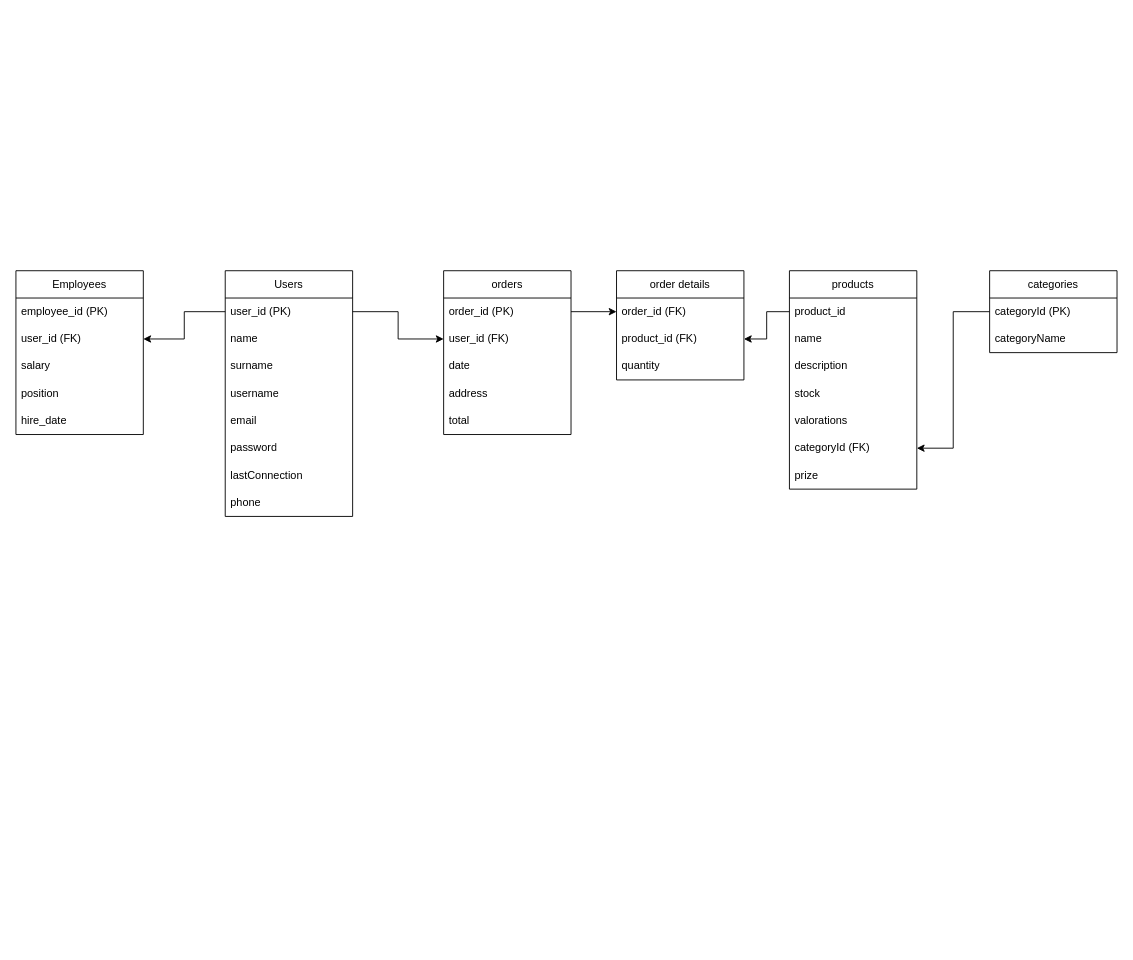
The draw.io diagram page "Página-2" (1 of 2) of modelo_DDBB.drawio in Rakions/proyecto-final, before the edit. Source tidied: cells renumbered, new cells numbered last; positions are measured from the earlier drawing's top-left corner, leaving out a move shared by most shapes. Both pictures are drawn from the tidied source at 91%, with x=0, y=0 at pixel (15, 270).
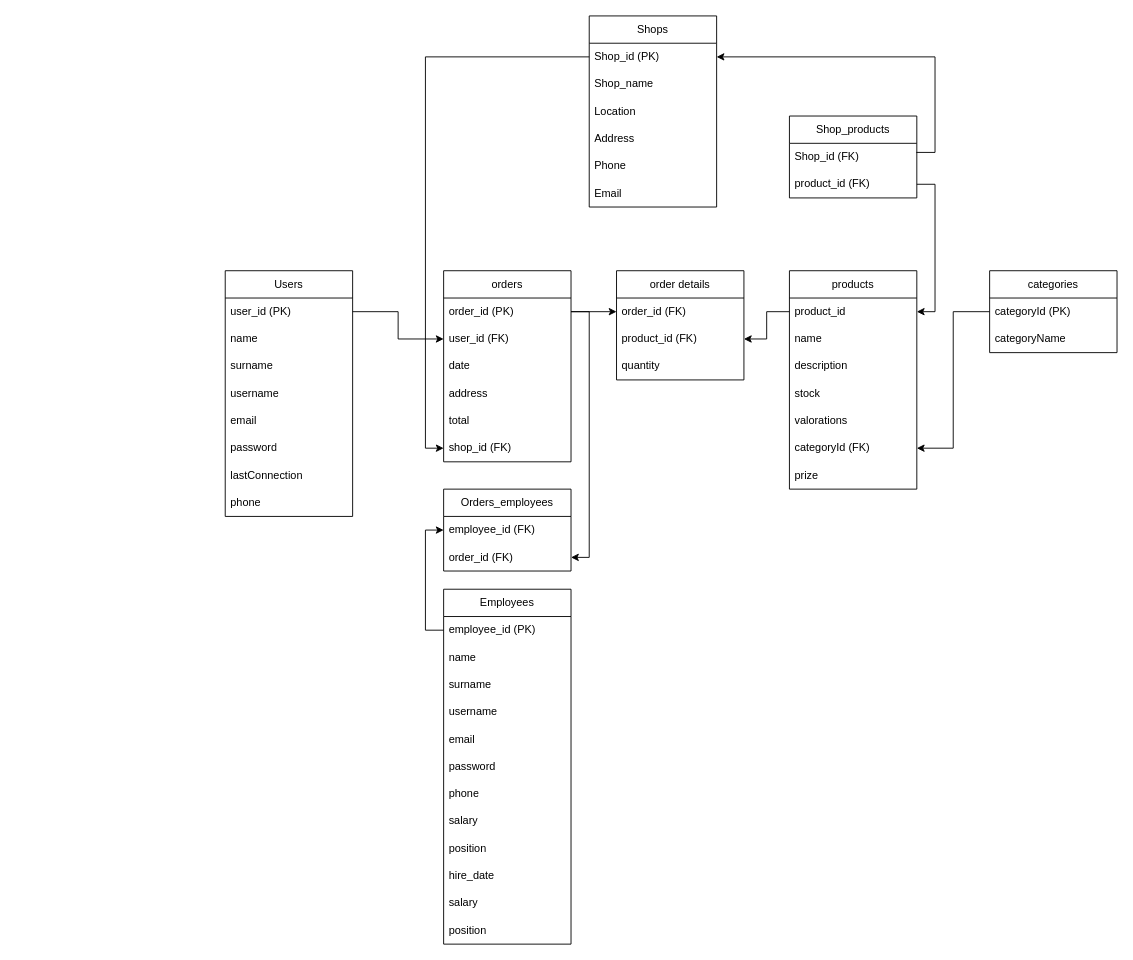
After the change.

Unchanged cells that the change refers to:
```xml
<mxCell id="3" value="user_id (PK)" style="text;strokeColor=none;fillColor=none;align=left;verticalAlign=middle;spacingLeft=4;spacingRight=4;overflow=hidden;points=[[0,0.5],[1,0.5]];portConstraint=eastwest;whiteSpace=wrap;html=1;" parent="2" vertex="1">
  <mxGeometry y="30" width="140" height="30" as="geometry" />
</mxCell>
<mxCell id="12" value="product_id" style="text;strokeColor=none;fillColor=none;align=left;verticalAlign=middle;spacingLeft=4;spacingRight=4;overflow=hidden;points=[[0,0.5],[1,0.5]];portConstraint=eastwest;whiteSpace=wrap;html=1;" parent="11" vertex="1">
  <mxGeometry y="30" width="140" height="30" as="geometry" />
</mxCell>
<mxCell id="20" value="order_id (PK)" style="text;strokeColor=none;fillColor=none;align=left;verticalAlign=middle;spacingLeft=4;spacingRight=4;overflow=hidden;points=[[0,0.5],[1,0.5]];portConstraint=eastwest;whiteSpace=wrap;html=1;" parent="19" vertex="1">
  <mxGeometry y="30" width="140" height="30" as="geometry" />
</mxCell>
<mxCell id="37" value="employee_id (PK)" style="text;strokeColor=none;fillColor=none;align=left;verticalAlign=middle;spacingLeft=4;spacingRight=4;overflow=hidden;points=[[0,0.5],[1,0.5]];portConstraint=eastwest;whiteSpace=wrap;html=1;" parent="36" vertex="1">
  <mxGeometry y="30" width="140" height="30" as="geometry" />
</mxCell>
```

The edit, as a diff of the source:
```diff
@@
     <mxCell id="19" value="orders" style="swimlane;fontStyle=0;horizontal=1;startSize=30;whiteSpace=wrap;html=1;" parent="1" vertex="1">
-      <mxGeometry x="470" width="140" height="180" as="geometry" />
+      <mxGeometry x="470" width="140" height="210" as="geometry" />
     </mxCell>
@@
+    <mxCell id="43" value="shop_id (FK)" style="text;strokeColor=none;fillColor=none;align=left;verticalAlign=middle;spacingLeft=4;spacingRight=4;overflow=hidden;points=[[0,0.5],[1,0.5]];portConstraint=eastwest;whiteSpace=wrap;html=1;" parent="19" vertex="1">
+      <mxGeometry y="180" width="140" height="30" as="geometry" />
+    </mxCell>
@@
     <mxCell id="36" value="Employees" style="swimlane;fontStyle=0;horizontal=1;startSize=30;whiteSpace=wrap;html=1;" parent="1" vertex="1">
-      <mxGeometry width="140" height="180" as="geometry" />
+      <mxGeometry x="470" y="350" width="140" height="390" as="geometry" />
     </mxCell>
@@
-    <mxCell id="38" value="user_id (FK)" style="text;strokeColor=none;fillColor=none;align=left;verticalAlign=middle;spacingLeft=4;spacingRight=4;overflow=hidden;points=[[0,0.5],[1,0.5]];portConstraint=eastwest;whiteSpace=wrap;html=1;" parent="36" vertex="1">
-      <mxGeometry y="60" width="140" height="30" as="geometry" />
-    </mxCell>
+    <mxCell id="44" value="name" style="text;strokeColor=none;fillColor=none;align=left;verticalAlign=middle;spacingLeft=4;spacingRight=4;overflow=hidden;whiteSpace=wrap;html=1;" parent="36" vertex="1">
+      <mxGeometry y="60" width="140" height="30" as="geometry" />
+    </mxCell>
+    <mxCell id="45" value="surname" style="text;strokeColor=none;fillColor=none;align=left;verticalAlign=middle;spacingLeft=4;spacingRight=4;overflow=hidden;whiteSpace=wrap;html=1;" parent="36" vertex="1">
+      <mxGeometry y="90" width="140" height="30" as="geometry" />
+    </mxCell>
+    <mxCell id="46" value="username" style="text;strokeColor=none;fillColor=none;align=left;verticalAlign=middle;spacingLeft=4;spacingRight=4;overflow=hidden;whiteSpace=wrap;html=1;" parent="36" vertex="1">
+      <mxGeometry y="120" width="140" height="30" as="geometry" />
+    </mxCell>
+    <mxCell id="47" value="email" style="text;strokeColor=none;fillColor=none;align=left;verticalAlign=middle;spacingLeft=4;spacingRight=4;overflow=hidden;whiteSpace=wrap;html=1;" parent="36" vertex="1">
+      <mxGeometry y="150" width="140" height="30" as="geometry" />
+    </mxCell>
+    <mxCell id="48" value="password" style="text;strokeColor=none;fillColor=none;align=left;verticalAlign=middle;spacingLeft=4;spacingRight=4;overflow=hidden;whiteSpace=wrap;html=1;" parent="36" vertex="1">
+      <mxGeometry y="180" width="140" height="30" as="geometry" />
+    </mxCell>
+    <mxCell id="49" value="phone" style="text;strokeColor=none;fillColor=none;align=left;verticalAlign=middle;spacingLeft=4;spacingRight=4;overflow=hidden;whiteSpace=wrap;html=1;" parent="36" vertex="1">
+      <mxGeometry y="210" width="140" height="30" as="geometry" />
+    </mxCell>
     <mxCell id="39" value="salary" style="text;strokeColor=none;fillColor=none;align=left;verticalAlign=middle;spacingLeft=4;spacingRight=4;overflow=hidden;whiteSpace=wrap;html=1;" parent="36" vertex="1">
-      <mxGeometry y="90" width="140" height="30" as="geometry" />
+      <mxGeometry y="240" width="140" height="30" as="geometry" />
     </mxCell>
     <mxCell id="40" value="position" style="text;strokeColor=none;fillColor=none;align=left;verticalAlign=middle;spacingLeft=4;spacingRight=4;overflow=hidden;whiteSpace=wrap;html=1;" parent="36" vertex="1">
-      <mxGeometry y="120" width="140" height="30" as="geometry" />
+      <mxGeometry y="270" width="140" height="30" as="geometry" />
     </mxCell>
     <mxCell id="41" value="hire_date" style="text;strokeColor=none;fillColor=none;align=left;verticalAlign=middle;spacingLeft=4;spacingRight=4;overflow=hidden;whiteSpace=wrap;html=1;" parent="36" vertex="1">
-      <mxGeometry y="150" width="140" height="30" as="geometry" />
+      <mxGeometry y="300" width="140" height="30" as="geometry" />
     </mxCell>
-    <mxCell id="42" style="edgeStyle=orthogonalEdgeStyle;rounded=0;jettySize=auto;html=1;exitX=0;exitY=0.5;exitDx=0;exitDy=0;entryX=1;entryY=0.5;entryDx=0;entryDy=0;" parent="1" edge="1" source="3" target="38">
-      <mxGeometry relative="1" as="geometry" />
-    </mxCell>
+    <mxCell id="50" value="salary" style="text;strokeColor=none;fillColor=none;align=left;verticalAlign=middle;spacingLeft=4;spacingRight=4;overflow=hidden;whiteSpace=wrap;html=1;" parent="36" vertex="1">
+      <mxGeometry y="330" width="140" height="30" as="geometry" />
+    </mxCell>
+    <mxCell id="51" value="position" style="text;strokeColor=none;fillColor=none;align=left;verticalAlign=middle;spacingLeft=4;spacingRight=4;overflow=hidden;whiteSpace=wrap;html=1;" parent="36" vertex="1">
+      <mxGeometry y="360" width="140" height="30" as="geometry" />
+    </mxCell>
+    <mxCell id="52" value="Orders_employees" style="swimlane;fontStyle=0;horizontal=1;startSize=30;whiteSpace=wrap;html=1;" parent="1" vertex="1">
+      <mxGeometry x="470" y="240" width="140" height="90" as="geometry" />
+    </mxCell>
+    <mxCell id="53" value="employee_id (FK)" style="text;strokeColor=none;fillColor=none;align=left;verticalAlign=middle;spacingLeft=4;spacingRight=4;overflow=hidden;points=[[0,0.5],[1,0.5]];portConstraint=eastwest;whiteSpace=wrap;html=1;" parent="52" vertex="1">
+      <mxGeometry y="30" width="140" height="30" as="geometry" />
+    </mxCell>
+    <mxCell id="54" value="order_id (FK)" style="text;strokeColor=none;fillColor=none;align=left;verticalAlign=middle;spacingLeft=4;spacingRight=4;overflow=hidden;points=[[0,0.5],[1,0.5]];portConstraint=eastwest;whiteSpace=wrap;html=1;" parent="52" vertex="1">
+      <mxGeometry y="60" width="140" height="30" as="geometry" />
+    </mxCell>
+    <mxCell id="55" style="edgeStyle=orthogonalEdgeStyle;rounded=0;jettySize=auto;html=1;exitX=0;exitY=0.5;exitDx=0;exitDy=0;entryX=0;entryY=0.5;entryDx=0;entryDy=0;" parent="1" edge="1" source="37" target="53">
+      <mxGeometry relative="1" as="geometry" />
+    </mxCell>
+    <mxCell id="56" style="edgeStyle=orthogonalEdgeStyle;rounded=0;jettySize=auto;html=1;exitX=1;exitY=0.5;exitDx=0;exitDy=0;entryX=1;entryY=0.5;entryDx=0;entryDy=0;" parent="1" edge="1" source="20" target="54">
+      <mxGeometry relative="1" as="geometry" />
+    </mxCell>
+    <mxCell id="57" value="Shops" style="swimlane;fontStyle=0;horizontal=1;startSize=30;whiteSpace=wrap;html=1;" parent="1" vertex="1">
+      <mxGeometry x="630" y="-280" width="140" height="210" as="geometry" />
+    </mxCell>
+    <mxCell id="58" value="Shop_id (PK)" style="text;strokeColor=none;fillColor=none;align=left;verticalAlign=middle;spacingLeft=4;spacingRight=4;overflow=hidden;points=[[0,0.5],[1,0.5]];portConstraint=eastwest;whiteSpace=wrap;html=1;" parent="57" vertex="1">
+      <mxGeometry y="30" width="140" height="30" as="geometry" />
+    </mxCell>
+    <mxCell id="59" value="Shop_name" style="text;strokeColor=none;fillColor=none;align=left;verticalAlign=middle;spacingLeft=4;spacingRight=4;overflow=hidden;whiteSpace=wrap;html=1;" parent="57" vertex="1">
+      <mxGeometry y="60" width="140" height="30" as="geometry" />
+    </mxCell>
+    <mxCell id="60" value="Location" style="text;strokeColor=none;fillColor=none;align=left;verticalAlign=middle;spacingLeft=4;spacingRight=4;overflow=hidden;whiteSpace=wrap;html=1;" parent="57" vertex="1">
+      <mxGeometry y="90" width="140" height="30" as="geometry" />
+    </mxCell>
+    <mxCell id="61" value="Address" style="text;strokeColor=none;fillColor=none;align=left;verticalAlign=middle;spacingLeft=4;spacingRight=4;overflow=hidden;whiteSpace=wrap;html=1;" parent="57" vertex="1">
+      <mxGeometry y="120" width="140" height="30" as="geometry" />
+    </mxCell>
+    <mxCell id="62" value="Phone" style="text;strokeColor=none;fillColor=none;align=left;verticalAlign=middle;spacingLeft=4;spacingRight=4;overflow=hidden;whiteSpace=wrap;html=1;" parent="57" vertex="1">
+      <mxGeometry y="150" width="140" height="30" as="geometry" />
+    </mxCell>
+    <mxCell id="63" value="Email" style="text;strokeColor=none;fillColor=none;align=left;verticalAlign=middle;spacingLeft=4;spacingRight=4;overflow=hidden;whiteSpace=wrap;html=1;" parent="57" vertex="1">
+      <mxGeometry y="180" width="140" height="30" as="geometry" />
+    </mxCell>
+    <mxCell id="64" value="Shop_products" style="swimlane;fontStyle=0;horizontal=1;startSize=30;whiteSpace=wrap;html=1;" parent="1" vertex="1">
+      <mxGeometry x="850" y="-170" width="140" height="90" as="geometry" />
+    </mxCell>
+    <mxCell id="65" value="Shop_id (FK)" style="text;strokeColor=none;fillColor=none;align=left;verticalAlign=middle;spacingLeft=4;spacingRight=4;overflow=hidden;points=[[0,0.5],[1,0.5]];portConstraint=eastwest;whiteSpace=wrap;html=1;" parent="64" vertex="1">
+      <mxGeometry y="30" width="140" height="30" as="geometry" />
+    </mxCell>
+    <mxCell id="66" value="product_id (FK)" style="text;strokeColor=none;fillColor=none;align=left;verticalAlign=middle;spacingLeft=4;spacingRight=4;overflow=hidden;points=[[0,0.5],[1,0.5]];portConstraint=eastwest;whiteSpace=wrap;html=1;" parent="64" vertex="1">
+      <mxGeometry y="60" width="140" height="30" as="geometry" />
+    </mxCell>
+    <mxCell id="67" style="edgeStyle=orthogonalEdgeStyle;rounded=0;jettySize=auto;html=1;exitX=0.996;exitY=0.333;exitDx=0;exitDy=0;entryX=1;entryY=0.5;entryDx=0;entryDy=0;exitPerimeter=0;" parent="1" edge="1" source="65" target="58">
+      <mxGeometry relative="1" as="geometry" />
+    </mxCell>
+    <mxCell id="68" style="edgeStyle=orthogonalEdgeStyle;rounded=0;jettySize=auto;html=1;exitX=1;exitY=0.5;exitDx=0;exitDy=0;entryX=1;entryY=0.5;entryDx=0;entryDy=0;" parent="1" edge="1" source="66" target="12">
+      <mxGeometry relative="1" as="geometry" />
+    </mxCell>
+    <mxCell id="69" style="edgeStyle=orthogonalEdgeStyle;rounded=0;jettySize=auto;html=1;exitX=0;exitY=0.5;exitDx=0;exitDy=0;entryX=0;entryY=0.5;entryDx=0;entryDy=0;" parent="1" edge="1" source="58" target="43">
+      <mxGeometry relative="1" as="geometry" />
+    </mxCell>
```
